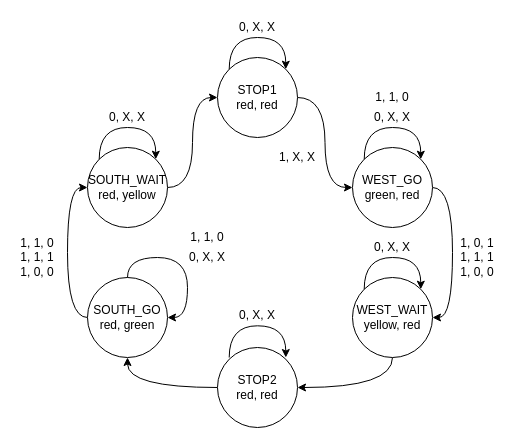
Before: Labs/08-traffic_lights/smart_tl.drawio in gkaretka/Digital-electronics-1, a draw.io diagram. Source tidied: cells renumbered, new cells numbered last; positions are measured from the earlier drawing's top-left corner, leaving out a move shared by most shapes. Both pictures are drawn from the tidied source at 100%, with x=0, y=0 at pixel (17, 17).
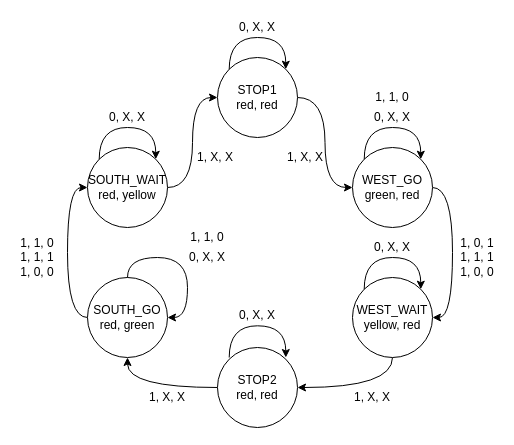
The same page after the edit.

Diff of the diagram source:
```diff
@@
     <mxCell id="20" value="1, X, X" style="text;html=1;strokeColor=none;fillColor=none;align=center;verticalAlign=middle;whiteSpace=wrap;rounded=0;" parent="1" vertex="1">
-      <mxGeometry x="260" y="130" width="40" height="20" as="geometry" />
+      <mxGeometry x="268" y="130" width="40" height="20" as="geometry" />
     </mxCell>
@@
+    <mxCell id="31" value="1, X, X" style="text;html=1;strokeColor=none;fillColor=none;align=center;verticalAlign=middle;whiteSpace=wrap;rounded=0;" parent="1" vertex="1">
+      <mxGeometry x="335" y="370" width="40" height="20" as="geometry" />
+    </mxCell>
+    <mxCell id="32" value="1, X, X" style="text;html=1;strokeColor=none;fillColor=none;align=center;verticalAlign=middle;whiteSpace=wrap;rounded=0;" parent="1" vertex="1">
+      <mxGeometry x="130" y="370" width="40" height="20" as="geometry" />
+    </mxCell>
+    <mxCell id="33" value="1, X, X" style="text;html=1;strokeColor=none;fillColor=none;align=center;verticalAlign=middle;whiteSpace=wrap;rounded=0;" parent="1" vertex="1">
+      <mxGeometry x="178" y="130" width="40" height="20" as="geometry" />
+    </mxCell>
```
